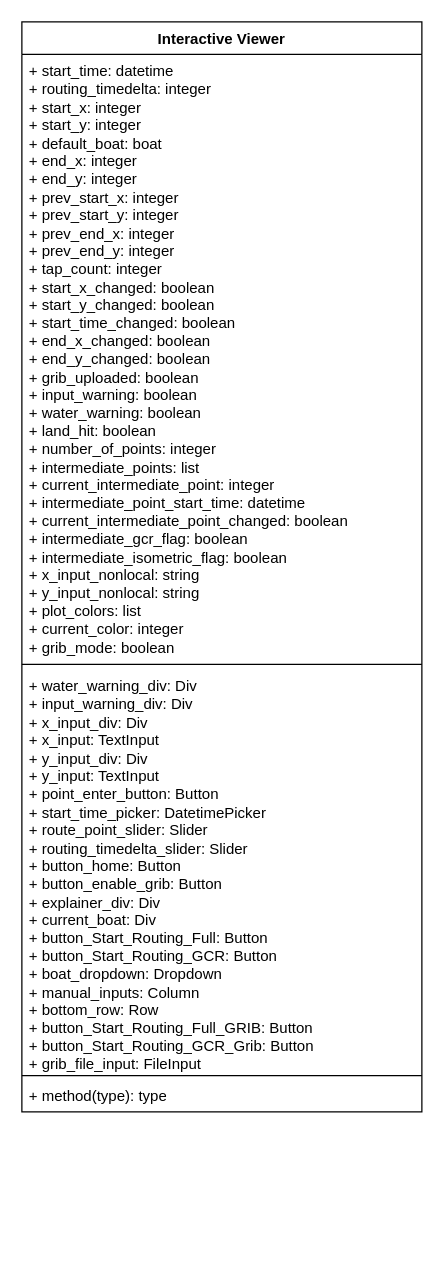
vandorena/NEA keeps this draw.io diagram as Diagrams/Interactive_Viewer_diagram.drawio. Above is the earlier version. Source tidied: cells renumbered, new cells numbered last; positions are measured from the earlier drawing's top-left corner, leaving out a move shared by most shapes. Both pictures are drawn from the tidied source at 125%, with x=0, y=0 at pixel (21, 21).
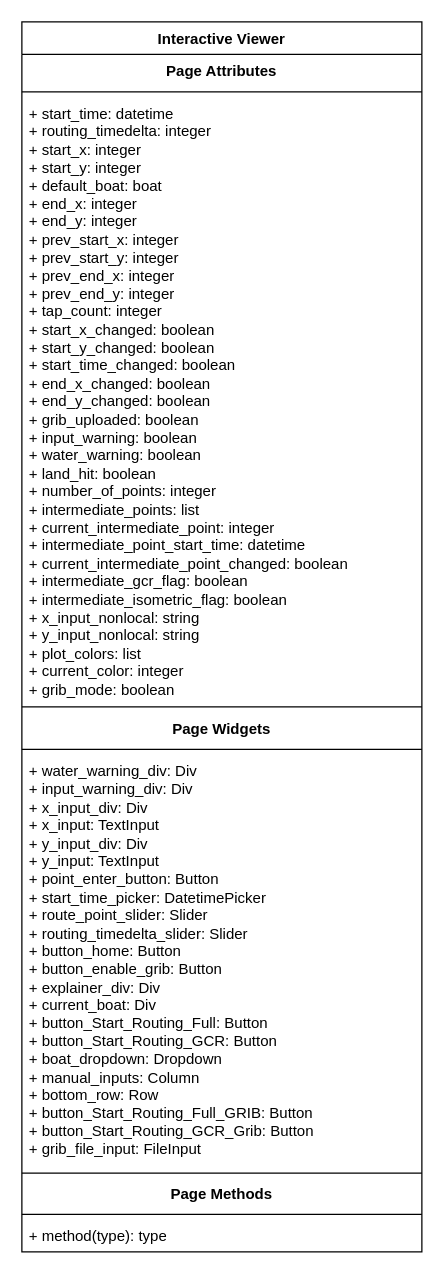
After the change.

The edit, as a diff of the source:
```diff
@@
 <mxGraphModel>
   <root>
     <mxCell id="0" />
     <mxCell id="1" parent="0" />
     <mxCell id="2" value="Interactive Viewer" style="swimlane;fontStyle=1;align=center;verticalAlign=top;horizontal=1;startSize=26;whiteSpace=wrap;html=1;" parent="1" vertex="1">
-      <mxGeometry width="320" height="872" as="geometry" />
+      <mxGeometry width="320" height="984" as="geometry" />
     </mxCell>
+    <mxCell id="8" value="&lt;span style=&quot;font-weight: 700;&quot;&gt;Page Attributes&lt;/span&gt;" style="text;strokeColor=none;fillColor=none;align=center;verticalAlign=top;spacingLeft=4;spacingRight=4;overflow=hidden;whiteSpace=wrap;html=1;" parent="2" vertex="1">
+      <mxGeometry y="26" width="320" height="26" as="geometry" />
+    </mxCell>
+    <mxCell id="9" style="line;strokeWidth=1;fillColor=none;align=left;verticalAlign=middle;spacingTop=-1;spacingLeft=3;spacingRight=3;labelPosition=right;strokeColor=inherit;" parent="2" vertex="1">
+      <mxGeometry y="52" width="320" height="8" as="geometry" />
+    </mxCell>
     <mxCell id="3" value="+ start_time: datetime&lt;div&gt;+ routing_timedelta: integer&lt;/div&gt;&lt;div&gt;+ start_x: integer&lt;/div&gt;&lt;div&gt;+ start_y: integer&lt;/div&gt;&lt;div&gt;+ default_boat: boat&lt;/div&gt;&lt;div&gt;+ end_x: integer&lt;/div&gt;&lt;div&gt;+ end_y: integer&lt;/div&gt;&lt;div&gt;+ prev_start_x: integer&lt;/div&gt;&lt;div&gt;+ prev_start_y: integer&lt;/div&gt;&lt;div&gt;+ prev_end_x: integer&lt;/div&gt;&lt;div&gt;+ prev_end_y: integer&lt;/div&gt;&lt;div&gt;+ tap_count: integer&lt;/div&gt;&lt;div&gt;+ start_x_changed: boolean&lt;/div&gt;&lt;div&gt;+ start_y_changed: boolean&lt;/div&gt;&lt;div&gt;+ start_time_changed: boolean&lt;/div&gt;&lt;div&gt;+ end_x_changed: boolean&lt;/div&gt;&lt;div&gt;+ end_y_changed: boolean&lt;/div&gt;&lt;div&gt;+ grib_uploaded: boolean&lt;/div&gt;&lt;div&gt;+ input_warning: boolean&lt;/div&gt;&lt;div&gt;+ water_warning: boolean&lt;/div&gt;&lt;div&gt;+ land_hit: boolean&lt;/div&gt;&lt;div&gt;+ number_of_points: integer&lt;/div&gt;&lt;div&gt;+ intermediate_points: list&lt;/div&gt;&lt;div&gt;+ current_intermediate_point: integer&lt;/div&gt;&lt;div&gt;+ intermediate_point_start_time: datetime&lt;/div&gt;&lt;div&gt;+ current_intermediate_point_changed: boolean&lt;/div&gt;&lt;div&gt;+ intermediate_gcr_flag: boolean&lt;/div&gt;&lt;div&gt;+ intermediate_isometric_flag: boolean&lt;/div&gt;&lt;div&gt;+ x_input_nonlocal: string&lt;/div&gt;&lt;div&gt;+ y_input_nonlocal: string&lt;/div&gt;&lt;div&gt;+ plot_colors: list&lt;/div&gt;&lt;div&gt;+ current_color: integer&lt;/div&gt;&lt;div&gt;+ grib_mode: boolean&lt;/div&gt;&lt;div&gt;&lt;br&gt;&lt;/div&gt;&lt;div&gt;&lt;br&gt;&lt;/div&gt;&lt;div&gt;&lt;br&gt;&lt;/div&gt;&lt;div&gt;&lt;br&gt;&lt;/div&gt;" style="text;strokeColor=none;fillColor=none;align=left;verticalAlign=top;spacingLeft=4;spacingRight=4;overflow=hidden;whiteSpace=wrap;html=1;" parent="2" vertex="1">
-      <mxGeometry y="26" width="320" height="484" as="geometry" />
+      <mxGeometry y="60" width="320" height="484" as="geometry" />
     </mxCell>
     <mxCell id="4" style="line;strokeWidth=1;fillColor=none;align=left;verticalAlign=middle;spacingTop=-1;spacingLeft=3;spacingRight=3;labelPosition=right;strokeColor=inherit;" parent="2" vertex="1">
-      <mxGeometry y="510" width="320" height="8" as="geometry" />
+      <mxGeometry y="544" width="320" height="8" as="geometry" />
     </mxCell>
+    <mxCell id="10" value="&lt;span style=&quot;font-weight: 700;&quot;&gt;Page Widgets&lt;/span&gt;" style="text;strokeColor=none;fillColor=none;align=center;verticalAlign=top;spacingLeft=4;spacingRight=4;overflow=hidden;whiteSpace=wrap;html=1;" parent="2" vertex="1">
+      <mxGeometry y="552" width="320" height="26" as="geometry" />
+    </mxCell>
+    <mxCell id="11" style="line;strokeWidth=1;fillColor=none;align=left;verticalAlign=middle;spacingTop=-1;spacingLeft=3;spacingRight=3;labelPosition=right;strokeColor=inherit;" parent="2" vertex="1">
+      <mxGeometry y="578" width="320" height="8" as="geometry" />
+    </mxCell>
     <mxCell id="5" value="+ water_warning_div: Div&lt;div&gt;+ input_warning_div: Div&lt;/div&gt;&lt;div&gt;+ x_input_div: Div&lt;/div&gt;&lt;div&gt;+ x_input: TextInput&lt;/div&gt;&lt;div&gt;+ y_input_div: Div&lt;/div&gt;&lt;div&gt;+ y_input: TextInput&lt;/div&gt;&lt;div&gt;+ point_enter_button: Button&lt;/div&gt;&lt;div&gt;+ start_time_picker: DatetimePicker&lt;/div&gt;&lt;div&gt;+ route_point_slider: Slider&lt;/div&gt;&lt;div&gt;+ routing_timedelta_slider: Slider&lt;/div&gt;&lt;div&gt;+ button_home: Button&lt;/div&gt;&lt;div&gt;+ button_enable_grib: Button&lt;/div&gt;&lt;div&gt;+ explainer_div: Div&lt;/div&gt;&lt;div&gt;+ current_boat: Div&lt;/div&gt;&lt;div&gt;+ button_Start_Routing_Full: Button&lt;/div&gt;&lt;div&gt;+ button_Start_Routing_GCR: Button&lt;/div&gt;&lt;div&gt;+ boat_dropdown: Dropdown&lt;/div&gt;&lt;div&gt;+ manual_inputs: Column&lt;/div&gt;&lt;div&gt;+ bottom_row: Row&lt;/div&gt;&lt;div&gt;+ button_Start_Routing_Full_GRIB: Button&lt;/div&gt;&lt;div&gt;+ button_Start_Routing_GCR_Grib: Button&lt;/div&gt;&lt;div&gt;+ grib_file_input: FileInput&lt;/div&gt;" style="text;strokeColor=none;fillColor=none;align=left;verticalAlign=top;spacingLeft=4;spacingRight=4;overflow=hidden;whiteSpace=wrap;html=1;" parent="2" vertex="1">
-      <mxGeometry y="518" width="320" height="322" as="geometry" />
+      <mxGeometry y="586" width="320" height="332" as="geometry" />
     </mxCell>
     <mxCell id="6" style="line;strokeWidth=1;fillColor=none;align=left;verticalAlign=middle;spacingTop=-1;spacingLeft=3;spacingRight=3;labelPosition=right;strokeColor=inherit;" parent="2" vertex="1">
-      <mxGeometry y="840" width="320" height="6" as="geometry" />
+      <mxGeometry y="918" width="320" height="6" as="geometry" />
     </mxCell>
+    <mxCell id="12" value="&lt;span style=&quot;font-weight: 700;&quot;&gt;Page Methods&lt;/span&gt;" style="text;strokeColor=none;fillColor=none;align=center;verticalAlign=top;spacingLeft=4;spacingRight=4;overflow=hidden;whiteSpace=wrap;html=1;" parent="2" vertex="1">
+      <mxGeometry y="924" width="320" height="26" as="geometry" />
+    </mxCell>
+    <mxCell id="13" style="line;strokeWidth=1;fillColor=none;align=left;verticalAlign=middle;spacingTop=-1;spacingLeft=3;spacingRight=3;labelPosition=right;strokeColor=inherit;" parent="2" vertex="1">
+      <mxGeometry y="950" width="320" height="8" as="geometry" />
+    </mxCell>
     <mxCell id="7" value="+ method(type): type" style="text;strokeColor=none;fillColor=none;align=left;verticalAlign=top;spacingLeft=4;spacingRight=4;overflow=hidden;whiteSpace=wrap;html=1;" parent="2" vertex="1">
-      <mxGeometry y="846" width="320" height="26" as="geometry" />
+      <mxGeometry y="958" width="320" height="26" as="geometry" />
     </mxCell>
   </root>
 </mxGraphModel>
```
